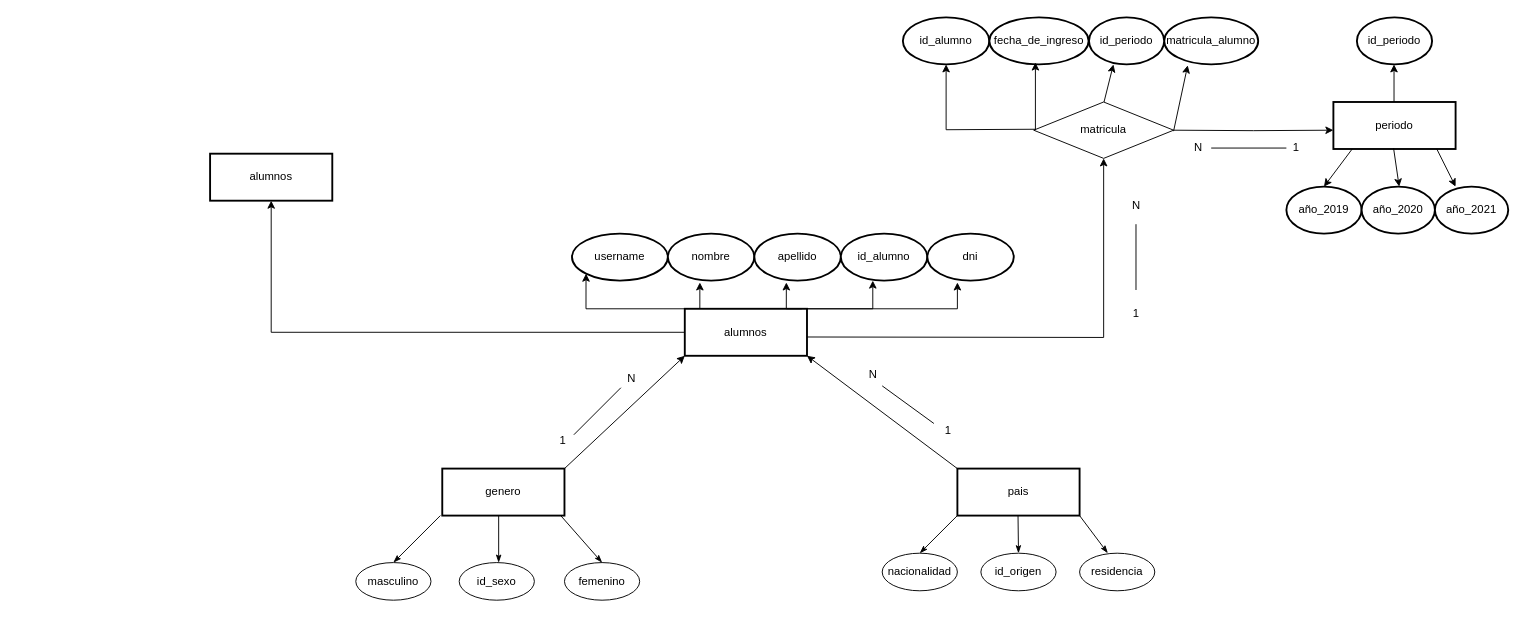
The draw.io diagram Diagrama sin título.drawio in arcv1337/arcv1337, before the edit. Source tidied: cells renumbered, new cells numbered last; positions are measured from the earlier drawing's top-left corner, leaving out a move shared by most shapes. Both pictures are drawn from the tidied source at 94%, with x=0, y=0 at pixel (210, 17).
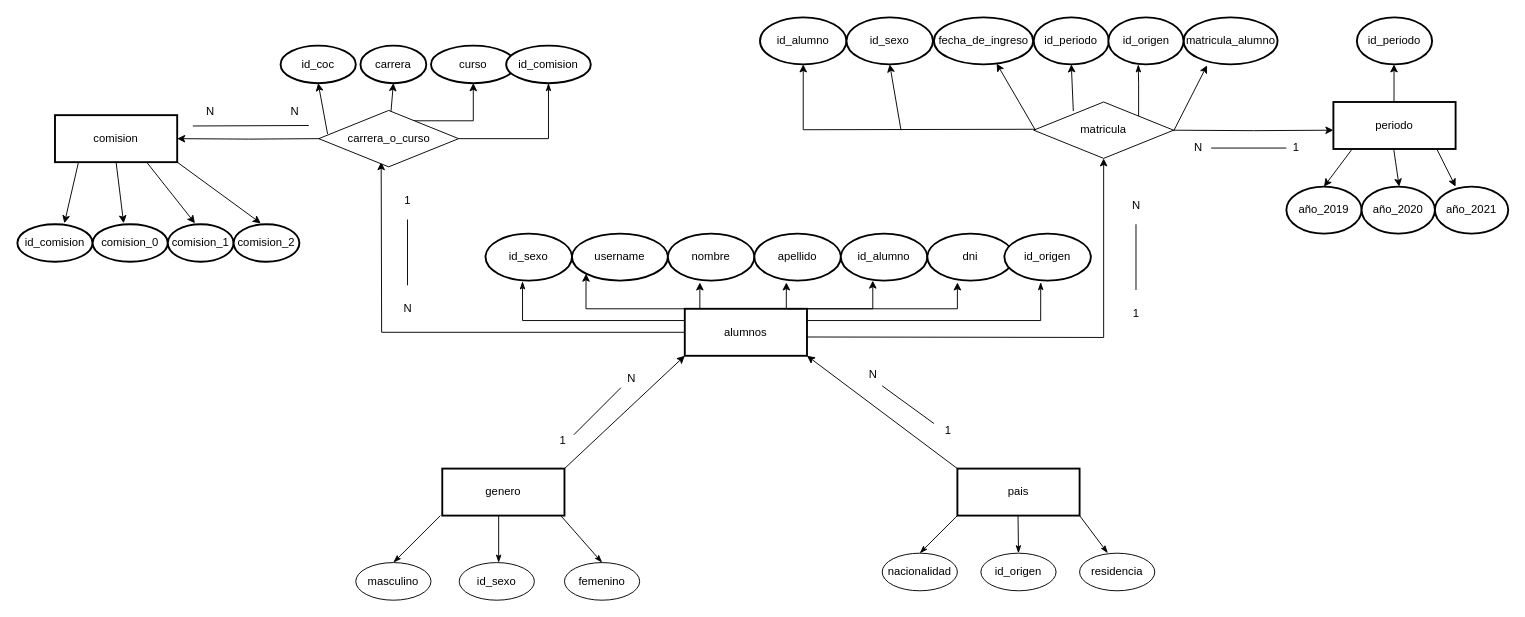
Above is the later version.

The change refers to these unchanged cells:
```xml
<mxCell id="11" value="alumnos" style="rounded=0;whiteSpace=wrap;html=1;strokeWidth=2;" parent="1" vertex="1">
  <mxGeometry x="505" y="310" width="130" height="50" as="geometry" />
</mxCell>
<mxCell id="34" value="matricula" style="rhombus;whiteSpace=wrap;html=1;" parent="1" vertex="1">
  <mxGeometry x="876.2" y="90" width="148.8" height="60" as="geometry" />
</mxCell>
```

Diff of the diagram source:
```diff
@@
     <mxCell id="4" value="id_alumno" style="ellipse;whiteSpace=wrap;html=1;strokeWidth=2;" parent="1" vertex="1">
-      <mxGeometry x="737" width="92" height="50" as="geometry" />
+      <mxGeometry x="585" width="92" height="50" as="geometry" />
     </mxCell>
@@
-    <mxCell id="10" style="edgeStyle=orthogonalEdgeStyle;rounded=0;jettySize=auto;html=1;" parent="1" edge="1" source="11" target="62">
-      <mxGeometry relative="1" as="geometry" />
+    <mxCell id="10" style="edgeStyle=orthogonalEdgeStyle;rounded=0;jettySize=auto;html=1;" parent="1" edge="1" source="11">
+      <mxGeometry relative="1" as="geometry">
+        <mxPoint x="182" y="154" as="targetPoint" />
+      </mxGeometry>
     </mxCell>
+    <mxCell id="63" style="edgeStyle=orthogonalEdgeStyle;rounded=0;jettySize=auto;html=1;exitX=0;exitY=0.25;exitDx=0;exitDy=0;fontSize=12;startArrow=none;startFill=0;endArrow=classicThin;endFill=1;entryX=0.428;entryY=1.017;entryDx=0;entryDy=0;entryPerimeter=0;" parent="1" edge="1" source="11" target="86">
+      <mxGeometry relative="1" as="geometry" />
+    </mxCell>
+    <mxCell id="64" style="edgeStyle=orthogonalEdgeStyle;rounded=0;jettySize=auto;html=1;exitX=1;exitY=0.25;exitDx=0;exitDy=0;fontSize=12;startArrow=none;startFill=0;endArrow=classicThin;endFill=1;entryX=0.42;entryY=1.035;entryDx=0;entryDy=0;entryPerimeter=0;" parent="1" edge="1" source="11" target="85">
+      <mxGeometry relative="1" as="geometry" />
+    </mxCell>
@@
     <mxCell id="18" value="matricula_alumno" style="ellipse;whiteSpace=wrap;html=1;strokeWidth=2;" parent="1" vertex="1">
-      <mxGeometry x="1015" width="100" height="50" as="geometry" />
+      <mxGeometry x="1035.6" width="100" height="50" as="geometry" />
     </mxCell>
@@
     <mxCell id="33" value="fecha_de_ingreso" style="ellipse;whiteSpace=wrap;html=1;strokeWidth=2;" parent="1" vertex="1">
-      <mxGeometry x="829" width="105.6" height="50" as="geometry" />
+      <mxGeometry x="770" width="105.6" height="50" as="geometry" />
     </mxCell>
+    <mxCell id="65" style="edgeStyle=orthogonalEdgeStyle;rounded=0;jettySize=auto;html=1;exitX=1;exitY=0;exitDx=0;exitDy=0;fontSize=12;startArrow=none;startFill=0;endArrow=classicThin;endFill=1;" parent="1" edge="1" source="34">
+      <mxGeometry relative="1" as="geometry">
+        <mxPoint x="987.4" y="50" as="targetPoint" />
+      </mxGeometry>
+    </mxCell>
@@
     <mxCell id="58" value="id_periodo" style="ellipse;whiteSpace=wrap;html=1;strokeWidth=2;" parent="1" vertex="1">
-      <mxGeometry x="935" width="80" height="50" as="geometry" />
+      <mxGeometry x="876.2" width="80" height="50" as="geometry" />
     </mxCell>
-    <mxCell id="59" style="endArrow=classic;html=1;rounded=0;endFill=1;exitX=0.052;exitY=0.583;exitDx=0;exitDy=0;exitPerimeter=0;" parent="1" edge="1">
+    <mxCell id="59" style="endArrow=classic;html=1;rounded=0;endFill=1;exitX=0.052;exitY=0.583;exitDx=0;exitDy=0;exitPerimeter=0;" parent="1" edge="1" target="33">
       <mxGeometry relative="1" as="geometry">
         <mxPoint x="878" y="120" as="sourcePoint" />
-        <mxPoint x="878" y="48" as="targetPoint" />
       </mxGeometry>
     </mxCell>
-    <mxCell id="60" style="endArrow=classic;html=1;rounded=0;endFill=1;entryX=0.325;entryY=1;entryDx=0;entryDy=0;entryPerimeter=0;" parent="1" edge="1" target="58">
-      <mxGeometry relative="1" as="geometry">
-        <mxPoint x="951" y="90" as="sourcePoint" />
-      </mxGeometry>
+    <mxCell id="60" style="endArrow=classic;html=1;rounded=0;endFill=1;entryX=0.5;entryY=1;entryDx=0;entryDy=0;exitX=0.283;exitY=0.161;exitDx=0;exitDy=0;exitPerimeter=0;" parent="1" edge="1" source="34" target="58">
+      <mxGeometry relative="1" as="geometry" />
     </mxCell>
@@
-    <mxCell id="62" value="alumnos" style="rounded=0;whiteSpace=wrap;html=1;strokeWidth=2;" parent="1" vertex="1">
-      <mxGeometry y="145" width="130" height="50" as="geometry" />
-    </mxCell>
+    <mxCell id="66" style="edgeStyle=orthogonalEdgeStyle;rounded=0;jettySize=auto;html=1;exitX=0.5;exitY=0;exitDx=0;exitDy=0;entryX=0.5;entryY=1;entryDx=0;entryDy=0;fontSize=12;" parent="1" edge="1" target="69">
+      <mxGeometry relative="1" as="geometry">
+        <mxPoint x="182" y="104" as="sourcePoint" />
+        <Array as="points">
+          <mxPoint x="182" y="110" />
+          <mxPoint x="280" y="110" />
+        </Array>
+      </mxGeometry>
+    </mxCell>
+    <mxCell id="67" style="edgeStyle=orthogonalEdgeStyle;rounded=0;jettySize=auto;html=1;exitX=0;exitY=0.5;exitDx=0;exitDy=0;fontSize=12;" parent="1" edge="1" target="70">
+      <mxGeometry relative="1" as="geometry">
+        <mxPoint x="117" y="129" as="sourcePoint" />
+      </mxGeometry>
+    </mxCell>
+    <mxCell id="68" value="id_coc" style="ellipse;whiteSpace=wrap;html=1;strokeWidth=2;" parent="1" vertex="1">
+      <mxGeometry x="75" y="30" width="80" height="40" as="geometry" />
+    </mxCell>
+    <mxCell id="69" value="curso" style="ellipse;whiteSpace=wrap;html=1;strokeWidth=2;" parent="1" vertex="1">
+      <mxGeometry x="235" y="30" width="90" height="40" as="geometry" />
+    </mxCell>
+    <mxCell id="70" value="comision" style="rounded=0;whiteSpace=wrap;html=1;strokeWidth=2;fontSize=12;" parent="1" vertex="1">
+      <mxGeometry x="-165" y="104" width="130" height="50" as="geometry" />
+    </mxCell>
+    <mxCell id="71" value="carrera" style="ellipse;whiteSpace=wrap;html=1;strokeWidth=2;" parent="1" vertex="1">
+      <mxGeometry x="160" y="30" width="70" height="40" as="geometry" />
+    </mxCell>
+    <mxCell id="72" style="edgeStyle=orthogonalEdgeStyle;rounded=0;jettySize=auto;html=1;fontSize=12;startArrow=none;startFill=0;endArrow=classicThin;endFill=1;entryX=0.5;entryY=1;entryDx=0;entryDy=0;" parent="1" edge="1" source="73" target="84">
+      <mxGeometry relative="1" as="geometry" />
+    </mxCell>
+    <mxCell id="73" value="carrera_o_curso" style="rhombus;whiteSpace=wrap;html=1;" parent="1" vertex="1">
+      <mxGeometry x="115.6" y="99" width="148.8" height="60" as="geometry" />
+    </mxCell>
+    <mxCell id="74" style="endArrow=classic;html=1;rounded=0;fontSize=12;entryX=0.5;entryY=1;entryDx=0;entryDy=0;" parent="1" edge="1" source="73" target="71">
+      <mxGeometry relative="1" as="geometry" />
+    </mxCell>
+    <mxCell id="75" style="endArrow=classic;html=1;rounded=0;fontSize=12;entryX=0.5;entryY=1;entryDx=0;entryDy=0;" parent="1" edge="1" target="68">
+      <mxGeometry relative="1" as="geometry">
+        <mxPoint x="125" y="124" as="sourcePoint" />
+      </mxGeometry>
+    </mxCell>
+    <mxCell id="76" style="endArrow=classic;html=1;rounded=0;fontSize=12;entryX=0.625;entryY=-0.025;entryDx=0;entryDy=0;entryPerimeter=0;" parent="1" edge="1" target="77">
+      <mxGeometry relative="1" as="geometry">
+        <mxPoint x="-140" y="154" as="sourcePoint" />
+      </mxGeometry>
+    </mxCell>
+    <mxCell id="77" value="id_comision" style="ellipse;whiteSpace=wrap;html=1;strokeWidth=2;" parent="1" vertex="1">
+      <mxGeometry x="-205" y="220" width="80" height="40" as="geometry" />
+    </mxCell>
+    <mxCell id="78" style="endArrow=classic;html=1;rounded=0;fontSize=12;entryX=0.413;entryY=-0.025;entryDx=0;entryDy=0;entryPerimeter=0;exitX=0.5;exitY=1;exitDx=0;exitDy=0;" parent="1" edge="1" source="70" target="79">
+      <mxGeometry relative="1" as="geometry" />
+    </mxCell>
+    <mxCell id="79" value="comision_0" style="ellipse;whiteSpace=wrap;html=1;strokeWidth=2;" parent="1" vertex="1">
+      <mxGeometry x="-125" y="220" width="80" height="40" as="geometry" />
+    </mxCell>
+    <mxCell id="80" style="endArrow=classic;html=1;rounded=0;fontSize=12;entryX=0.413;entryY=-0.025;entryDx=0;entryDy=0;entryPerimeter=0;exitX=0.75;exitY=1;exitDx=0;exitDy=0;" parent="1" edge="1" source="70" target="81">
+      <mxGeometry relative="1" as="geometry" />
+    </mxCell>
+    <mxCell id="81" value="comision_1&lt;br&gt;" style="ellipse;whiteSpace=wrap;html=1;strokeWidth=2;" parent="1" vertex="1">
+      <mxGeometry x="-45" y="220" width="70" height="40" as="geometry" />
+    </mxCell>
+    <mxCell id="82" style="endArrow=classic;html=1;rounded=0;fontSize=12;entryX=0.413;entryY=-0.025;entryDx=0;entryDy=0;entryPerimeter=0;exitX=1;exitY=1;exitDx=0;exitDy=0;" parent="1" edge="1" source="70" target="83">
+      <mxGeometry relative="1" as="geometry" />
+    </mxCell>
+    <mxCell id="83" value="comision_2" style="ellipse;whiteSpace=wrap;html=1;strokeWidth=2;" parent="1" vertex="1">
+      <mxGeometry x="25" y="220" width="70" height="40" as="geometry" />
+    </mxCell>
+    <mxCell id="84" value="id_comision" style="ellipse;whiteSpace=wrap;html=1;strokeWidth=2;" parent="1" vertex="1">
+      <mxGeometry x="315" y="30" width="90" height="40" as="geometry" />
+    </mxCell>
+    <mxCell id="85" value="id_origen" style="ellipse;whiteSpace=wrap;html=1;strokeWidth=2;" parent="1" vertex="1">
+      <mxGeometry x="845" y="230" width="92" height="50" as="geometry" />
+    </mxCell>
+    <mxCell id="86" value="id_sexo" style="ellipse;whiteSpace=wrap;html=1;strokeWidth=2;" parent="1" vertex="1">
+      <mxGeometry x="293" y="230" width="92" height="50" as="geometry" />
+    </mxCell>
+    <mxCell id="87" value="id_origen" style="ellipse;whiteSpace=wrap;html=1;strokeWidth=2;" parent="1" vertex="1">
+      <mxGeometry x="955.6" width="80" height="50" as="geometry" />
+    </mxCell>
+    <mxCell id="88" style="endArrow=classic;html=1;rounded=0;fontSize=12;entryX=0.5;entryY=1;entryDx=0;entryDy=0;" parent="1" edge="1" target="89">
+      <mxGeometry relative="1" as="geometry">
+        <mxPoint x="735" y="120" as="sourcePoint" />
+      </mxGeometry>
+    </mxCell>
+    <mxCell id="89" value="id_sexo" style="ellipse;whiteSpace=wrap;html=1;strokeWidth=2;" parent="1" vertex="1">
+      <mxGeometry x="677" width="92" height="50" as="geometry" />
+    </mxCell>
+    <mxCell id="90" style="endArrow=none;html=1;rounded=0;" parent="1" edge="1">
+      <mxGeometry relative="1" as="geometry">
+        <mxPoint x="210" y="285" as="sourcePoint" />
+        <mxPoint x="210" y="215" as="targetPoint" />
+      </mxGeometry>
+    </mxCell>
+    <mxCell id="91" value="1" style="text;html=1;align=center;verticalAlign=middle;strokeColor=none;fillColor=none;" parent="1" vertex="1">
+      <mxGeometry x="195" y="180" width="30" height="30" as="geometry" />
+    </mxCell>
+    <mxCell id="92" value="N" style="text;html=1;align=center;verticalAlign=middle;strokeColor=none;fillColor=none;" parent="1" vertex="1">
+      <mxGeometry x="195" y="295" width="30" height="30" as="geometry" />
+    </mxCell>
+    <mxCell id="93" style="endArrow=none;html=1;rounded=0;fontSize=12;exitX=-0.111;exitY=1.017;exitDx=0;exitDy=0;exitPerimeter=0;" parent="1" edge="1" source="94">
+      <mxGeometry relative="1" as="geometry">
+        <mxPoint x="105" y="115" as="targetPoint" />
+      </mxGeometry>
+    </mxCell>
+    <mxCell id="94" value="N" style="text;html=1;align=center;verticalAlign=middle;points=[];strokeColor=none;fillColor=none;fontSize=12;" parent="1" vertex="1">
+      <mxGeometry x="-15" y="85" width="30" height="30" as="geometry" />
+    </mxCell>
+    <mxCell id="95" value="N" style="text;html=1;align=center;verticalAlign=middle;strokeColor=none;fillColor=none;fontSize=12;" parent="1" vertex="1">
+      <mxGeometry x="75" y="85" width="30" height="30" as="geometry" />
+    </mxCell>
```
